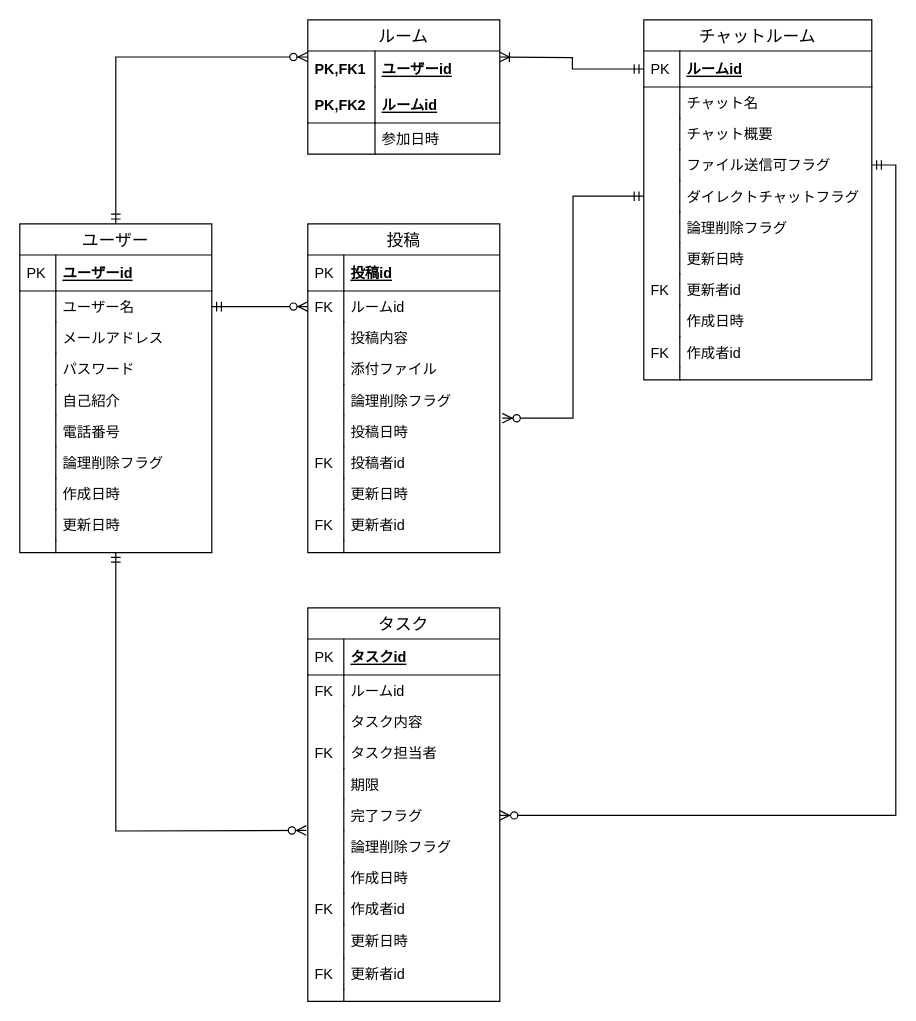
The draw.io diagram db/db-challenge1/db-challenge1.drawio in takumi98/quelcode-db, before the edit. Source tidied: cells renumbered, new cells numbered last; positions are measured from the earlier drawing's top-left corner, leaving out a move shared by most shapes. Both pictures are drawn from the tidied source at 120%, with x=0, y=0 at pixel (19, 19).
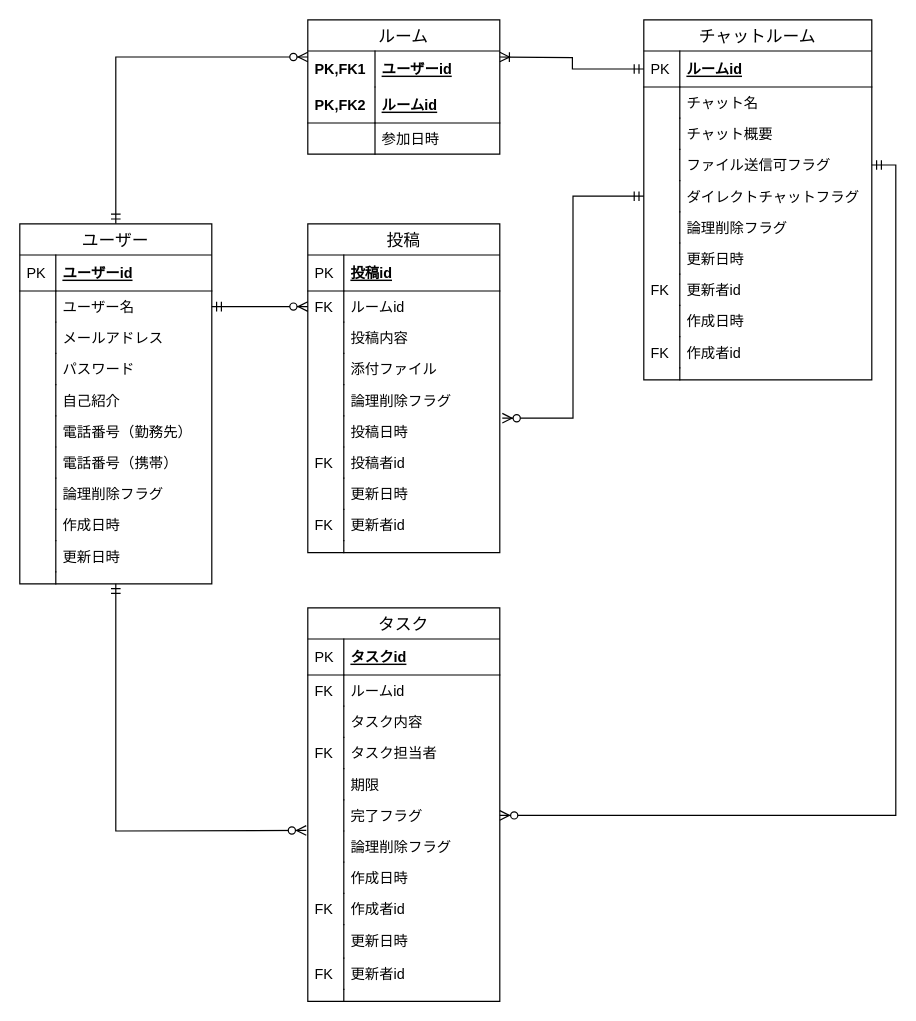
The same page after the edit.

Commit message:
ユーザーテーブルに電話番号を追加

What changed in the source:
```diff
@@
     <mxCell id="12" value="ユーザー" style="swimlane;fontStyle=0;horizontal=1;startSize=26;align=center;fontSize=14;" parent="1" vertex="1">
-      <mxGeometry y="170" width="160" height="274" as="geometry" />
+      <mxGeometry y="170" width="160" height="300" as="geometry" />
     </mxCell>
@@
-    <mxCell id="23" value="電話番号" style="shape=partialRectangle;top=0;left=0;right=0;bottom=0;align=left;verticalAlign=top;fillColor=none;spacingLeft=34;spacingRight=4;overflow=hidden;fontSize=12;" parent="12" vertex="1">
+    <mxCell id="23" value="電話番号（勤務先）" style="shape=partialRectangle;top=0;left=0;right=0;bottom=0;align=left;verticalAlign=top;fillColor=none;spacingLeft=34;spacingRight=4;overflow=hidden;fontSize=12;fontStyle=0;" parent="12" vertex="1">
       <mxGeometry y="160" width="160" height="26" as="geometry" />
     </mxCell>
@@
+    <mxCell id="29" value="電話番号（携帯）" style="shape=partialRectangle;top=0;left=0;right=0;bottom=0;align=left;verticalAlign=top;fillColor=none;spacingLeft=34;spacingRight=4;overflow=hidden;fontSize=12;" parent="12" vertex="1">
+      <mxGeometry y="186" width="160" height="26" as="geometry" />
+    </mxCell>
+    <mxCell id="30" style="shape=partialRectangle;top=0;left=0;bottom=0;fillColor=none;align=left;verticalAlign=top;spacingLeft=4;spacingRight=4;overflow=hidden;fontSize=12;" parent="29" vertex="1">
+      <mxGeometry width="30" height="26" as="geometry" />
+    </mxCell>
     <mxCell id="25" value="論理削除フラグ" style="shape=partialRectangle;top=0;left=0;right=0;bottom=0;align=left;verticalAlign=top;fillColor=none;spacingLeft=34;spacingRight=4;overflow=hidden;fontSize=12;" parent="12" vertex="1">
-      <mxGeometry y="186" width="160" height="26" as="geometry" />
+      <mxGeometry y="212" width="160" height="26" as="geometry" />
     </mxCell>
@@
     <mxCell id="27" value="作成日時" style="shape=partialRectangle;top=0;left=0;right=0;bottom=0;align=left;verticalAlign=top;fillColor=none;spacingLeft=34;spacingRight=4;overflow=hidden;fontSize=12;" parent="12" vertex="1">
-      <mxGeometry y="212" width="160" height="26" as="geometry" />
+      <mxGeometry y="238" width="160" height="26" as="geometry" />
     </mxCell>
@@
-    <mxCell id="29" value="更新日時" style="shape=partialRectangle;top=0;left=0;right=0;bottom=0;align=left;verticalAlign=top;fillColor=none;spacingLeft=34;spacingRight=4;overflow=hidden;fontSize=12;" parent="12" vertex="1">
-      <mxGeometry y="238" width="160" height="26" as="geometry" />
-    </mxCell>
-    <mxCell id="30" style="shape=partialRectangle;top=0;left=0;bottom=0;fillColor=none;align=left;verticalAlign=top;spacingLeft=4;spacingRight=4;overflow=hidden;fontSize=12;" parent="29" vertex="1">
-      <mxGeometry width="30" height="26" as="geometry" />
-    </mxCell>
+    <mxCell id="106" value="更新日時" style="shape=partialRectangle;top=0;left=0;right=0;bottom=0;align=left;verticalAlign=top;fillColor=none;spacingLeft=34;spacingRight=4;overflow=hidden;fontSize=12;" parent="12" vertex="1">
+      <mxGeometry y="264" width="160" height="26" as="geometry" />
+    </mxCell>
+    <mxCell id="107" style="shape=partialRectangle;top=0;left=0;bottom=0;fillColor=none;align=left;verticalAlign=top;spacingLeft=4;spacingRight=4;overflow=hidden;fontSize=12;" parent="106" vertex="1">
+      <mxGeometry width="30" height="26" as="geometry" />
+    </mxCell>
     <mxCell id="31" style="shape=partialRectangle;top=0;left=0;right=0;bottom=0;align=left;verticalAlign=top;fillColor=none;spacingLeft=34;spacingRight=4;overflow=hidden;fontSize=12;" parent="12" vertex="1">
-      <mxGeometry y="264" width="160" height="10" as="geometry" />
+      <mxGeometry y="290" width="160" height="10" as="geometry" />
     </mxCell>
```
